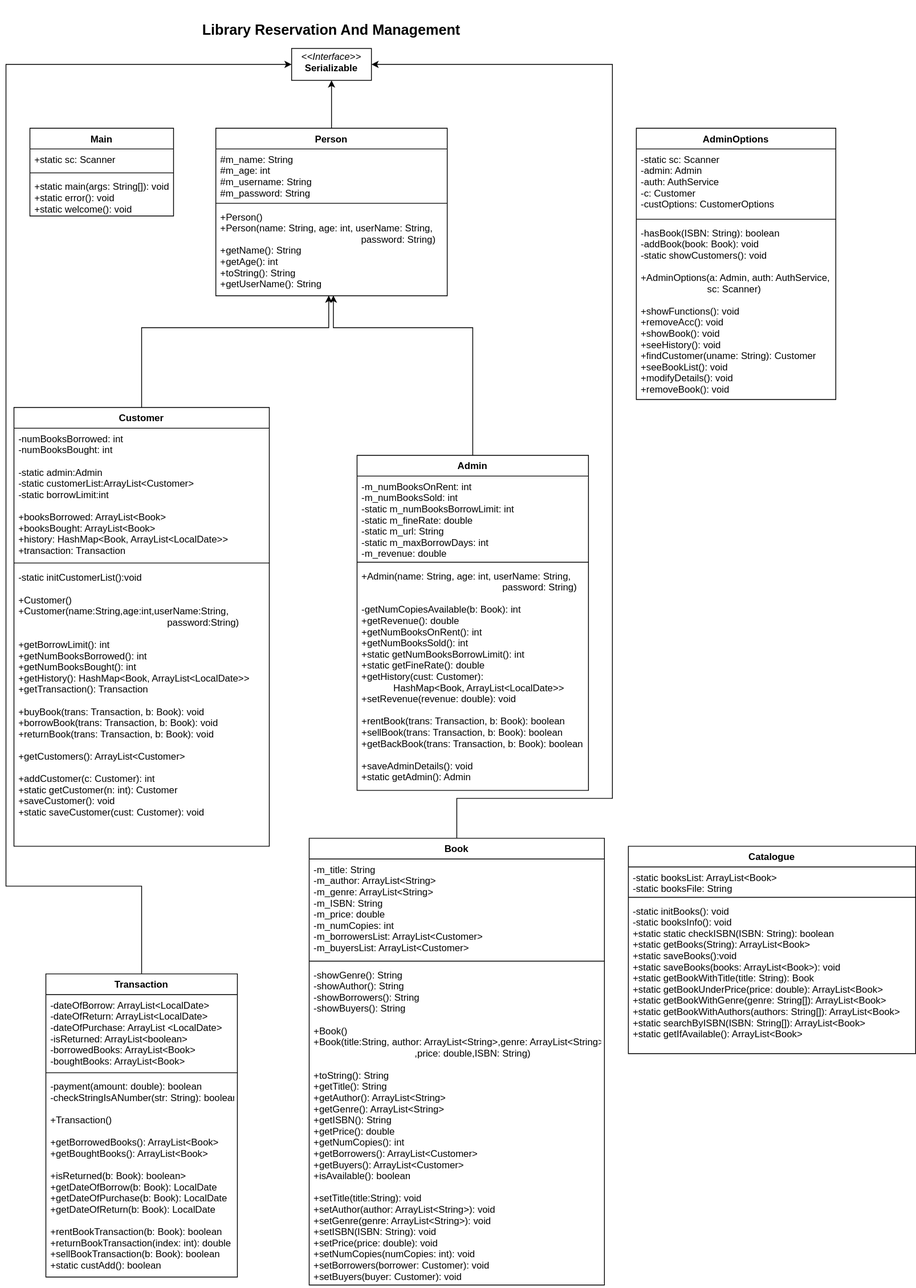
Above: Library/control-flows/Library.svg in adarsh-kishore786/IT-Project (draw.io), before the change. Source tidied: cells renumbered, new cells last; positions are measured from the earlier drawing's top-left corner, leaving out a move shared by most shapes.
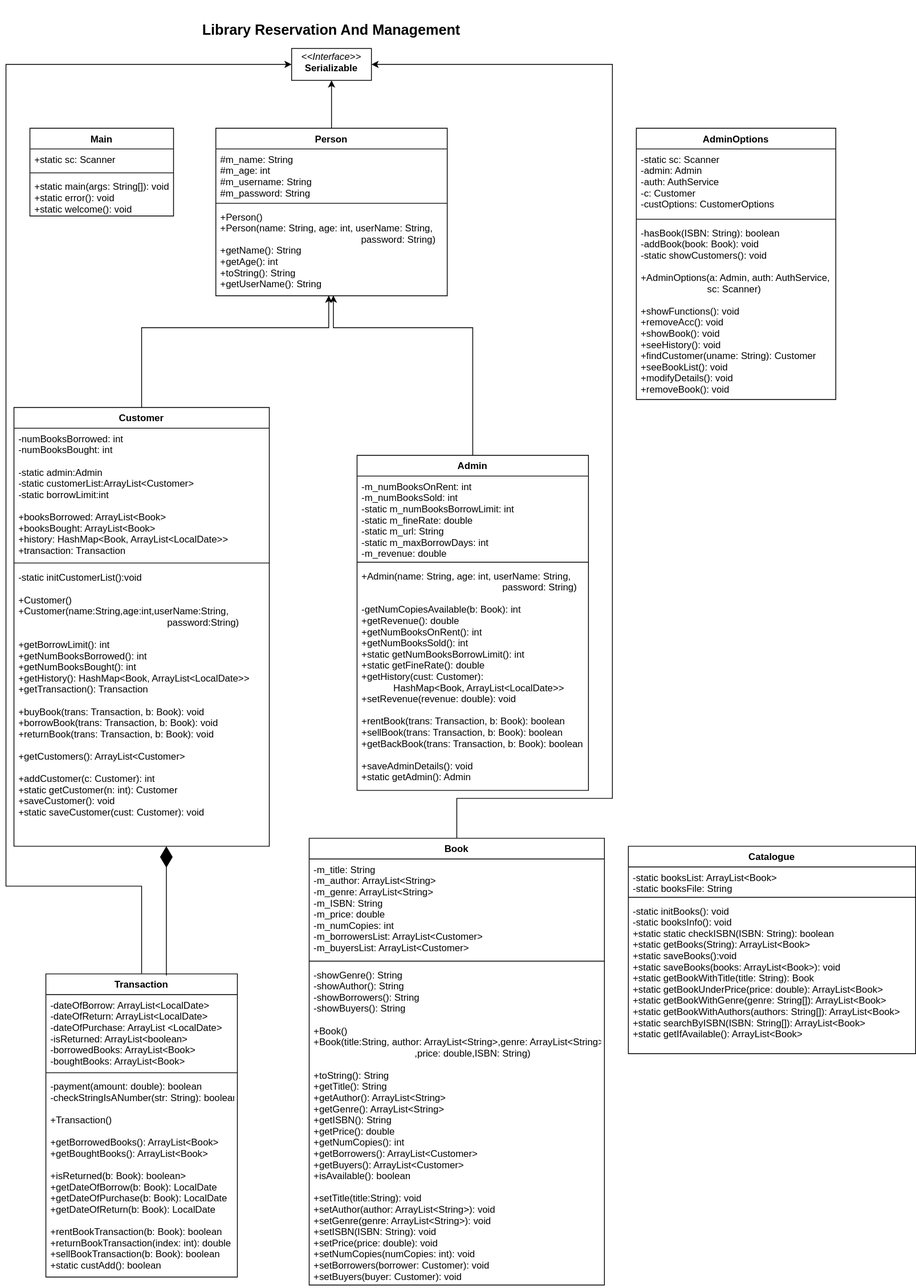
The same diagram one commit later.

What changed in the source:
```diff
@@ -141,5 +141,11 @@
     <mxCell id="40" value="-static initBooks(): void&#10;-static booksInfo(): void&#10;+static static checkISBN(ISBN: String): boolean&#10;+static getBooks(String): ArrayList&lt;Book&gt;&#10;+static saveBooks():void&#10;+static saveBooks(books: ArrayList&lt;Book&gt;): void&#10;+static getBookWithTitle(title: String): Book&#10;+static getBookUnderPrice(price: double): ArrayList&lt;Book&gt;&#10;+static getBookWithGenre(genre: String[]): ArrayList&lt;Book&gt;&#10;+static getBookWithAuthors(authors: String[]): ArrayList&lt;Book&gt;&#10;+static searchByISBN(ISBN: String[]): ArrayList&lt;Book&gt;&#10;+static getIfAvailable(): ArrayList&lt;Book&gt;&#10;&#10;" style="text;strokeColor=none;fillColor=none;align=left;verticalAlign=top;spacingLeft=4;spacingRight=4;overflow=hidden;" parent="37" vertex="1">
       <mxGeometry y="68" width="360" height="192" as="geometry" />
     </mxCell>
+    <mxCell id="41" style="endArrow=diamondThin;endFill=1;endSize=24;html=1;" parent="1" edge="1">
+      <mxGeometry relative="1" as="geometry">
+        <mxPoint x="201" y="1222" as="sourcePoint" />
+        <mxPoint x="201" y="1060" as="targetPoint" />
+      </mxGeometry>
+    </mxCell>
   </root>
 </mxGraphModel>
```
